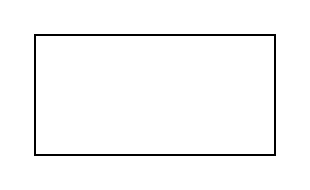
This is test.drawio from diablo0822/mypubdraw, a draw.io file, before an edit. Source tidied: cells renumbered, new cells numbered last; positions are measured from the earlier drawing's top-left corner, leaving out a move shared by most shapes. Both pictures are drawn from the tidied source at 200%, with x=0, y=0 at pixel (34, 34).
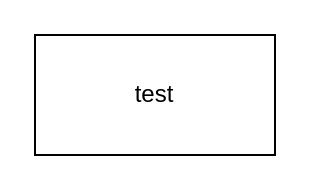
After the change.

Diff of the diagram source:
```diff
@@
 <mxGraphModel>
   <root>
     <mxCell id="0" />
     <mxCell id="1" parent="0" />
-    <mxCell id="2" style="rounded=0;whiteSpace=wrap;html=1;" parent="1" vertex="1">
+    <mxCell id="2" value="test" style="rounded=0;whiteSpace=wrap;html=1;" parent="1" vertex="1">
       <mxGeometry width="120" height="60" as="geometry" />
     </mxCell>
   </root>
 </mxGraphModel>
```
